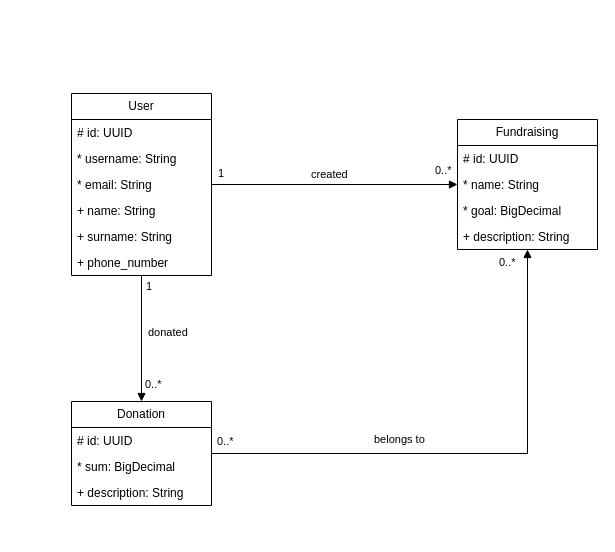
The draw.io diagram docs/fundraising_app_diagram.drawio in ListerStellar/fundraising_app, before the edit. Source tidied: cells renumbered, new cells numbered last; positions are measured from the earlier drawing's top-left corner, leaving out a move shared by most shapes. Both pictures are drawn from the tidied source at 100%, with x=0, y=0 at pixel (71, 93).
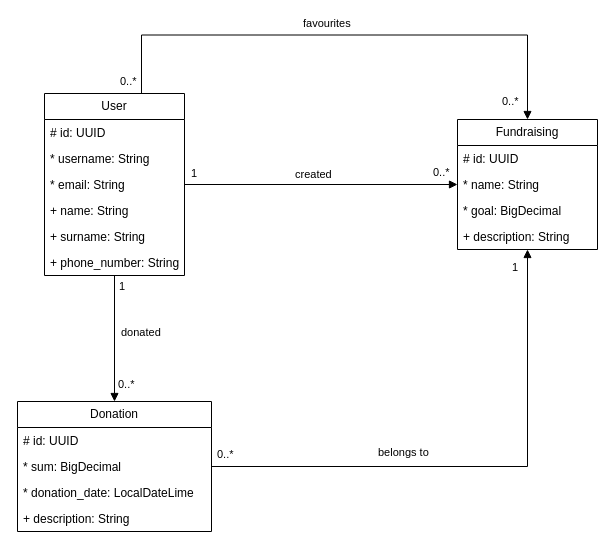
After the change.

The change refers to these unchanged cells:
```xml
<mxCell id="9" value="Fundraising" style="swimlane;fontStyle=0;horizontal=1;startSize=26;fillColor=none;whiteSpace=wrap;html=1;" parent="1" vertex="1">
  <mxGeometry x="386" y="26" width="140" height="130" as="geometry" />
</mxCell>
<mxCell id="21" value="created" style="endArrow=block;endFill=1;html=1;edgeStyle=orthogonalEdgeStyle;align=left;verticalAlign=top;rounded=0;defaultLabelBackgroundColor=gap;exitX=1;exitY=0.5;exitDx=0;exitDy=0;" parent="1" edge="1" source="2" target="9">
  <mxGeometry x="-0.2" y="23" relative="1" as="geometry" />
</mxCell>
<mxCell id="24" value="belongs to" style="endArrow=block;endFill=1;html=1;edgeStyle=orthogonalEdgeStyle;align=left;verticalAlign=top;rounded=0;defaultLabelBackgroundColor=gap;exitX=1;exitY=0.5;exitDx=0;exitDy=0;" parent="1" edge="1" source="14" target="9">
  <mxGeometry x="-0.38" y="27" relative="1" as="geometry" />
</mxCell>
```

What changed in the source:
```diff
@@
     <mxCell id="2" value="User" style="swimlane;fontStyle=0;horizontal=1;startSize=26;fillColor=none;whiteSpace=wrap;html=1;" parent="1" vertex="1">
-      <mxGeometry width="140" height="182" as="geometry" />
+      <mxGeometry x="-27" width="140" height="182" as="geometry" />
     </mxCell>
@@
-    <mxCell id="8" value="+ phone_number" style="text;strokeColor=none;fillColor=none;align=left;verticalAlign=top;spacingLeft=4;spacingRight=4;overflow=hidden;whiteSpace=wrap;html=1;" parent="2" vertex="1">
+    <mxCell id="8" value="+ phone_number: String" style="text;strokeColor=none;fillColor=none;align=left;verticalAlign=top;spacingLeft=4;spacingRight=4;overflow=hidden;whiteSpace=wrap;html=1;" parent="2" vertex="1">
       <mxGeometry y="156" width="140" height="26" as="geometry" />
     </mxCell>
@@
     <mxCell id="14" value="Donation" style="swimlane;fontStyle=0;horizontal=1;startSize=26;fillColor=none;whiteSpace=wrap;html=1;" parent="1" vertex="1">
-      <mxGeometry y="308" width="140" height="104" as="geometry" />
+      <mxGeometry x="-54" y="308" width="194" height="130" as="geometry" />
     </mxCell>
     <mxCell id="15" value="# id: UUID" style="text;strokeColor=none;fillColor=none;align=left;verticalAlign=top;spacingLeft=4;spacingRight=4;overflow=hidden;whiteSpace=wrap;html=1;" parent="14" vertex="1">
-      <mxGeometry y="26" width="140" height="26" as="geometry" />
+      <mxGeometry y="26" width="194" height="26" as="geometry" />
     </mxCell>
     <mxCell id="16" value="* sum: BigDecimal" style="text;strokeColor=none;fillColor=none;align=left;verticalAlign=top;spacingLeft=4;spacingRight=4;overflow=hidden;whiteSpace=wrap;html=1;" parent="14" vertex="1">
-      <mxGeometry y="52" width="140" height="26" as="geometry" />
+      <mxGeometry y="52" width="194" height="26" as="geometry" />
     </mxCell>
-    <mxCell id="17" value="+ description: String" style="text;strokeColor=none;fillColor=none;align=left;verticalAlign=top;spacingLeft=4;spacingRight=4;overflow=hidden;whiteSpace=wrap;html=1;" parent="14" vertex="1">
-      <mxGeometry y="78" width="140" height="26" as="geometry" />
+    <mxCell id="17" value="* donation_date: LocalDateLime" style="text;strokeColor=none;fillColor=none;align=left;verticalAlign=top;spacingLeft=4;spacingRight=4;overflow=hidden;whiteSpace=wrap;html=1;" parent="14" vertex="1">
+      <mxGeometry y="78" width="194" height="26" as="geometry" />
     </mxCell>
+    <mxCell id="27" value="+ description: String" style="text;strokeColor=none;fillColor=none;align=left;verticalAlign=top;spacingLeft=4;spacingRight=4;overflow=hidden;whiteSpace=wrap;html=1;" parent="14" vertex="1">
+      <mxGeometry y="104" width="194" height="26" as="geometry" />
+    </mxCell>
@@
     <mxCell id="23" value="0..*" style="edgeLabel;html=1;align=left;verticalAlign=bottom;defaultLabelBackgroundColor=gap;" parent="21" vertex="1">
       <mxGeometry x="-1" relative="1" as="geometry">
-        <mxPoint x="222" y="-6" as="offset" />
+        <mxPoint x="247" y="-4" as="offset" />
       </mxGeometry>
     </mxCell>
@@
-    <mxCell id="26" value="0..*" style="edgeLabel;html=1;align=left;verticalAlign=bottom;defaultLabelBackgroundColor=gap;" parent="24" vertex="1">
+    <mxCell id="26" value="1" style="edgeLabel;html=1;align=left;verticalAlign=bottom;defaultLabelBackgroundColor=gap;" parent="24" vertex="1">
       <mxGeometry x="-1" relative="1" as="geometry">
-        <mxPoint x="286" y="-183" as="offset" />
+        <mxPoint x="299" y="-191" as="offset" />
       </mxGeometry>
     </mxCell>
+    <mxCell id="28" value="favourites" style="endArrow=block;endFill=1;html=1;edgeStyle=orthogonalEdgeStyle;align=left;verticalAlign=top;rounded=0;defaultLabelBackgroundColor=gap;exitX=0.5;exitY=0;exitDx=0;exitDy=0;entryX=0.5;entryY=0;entryDx=0;entryDy=0;" parent="1" edge="1" source="2" target="9">
+      <mxGeometry x="-0.12" y="25" relative="1" as="geometry">
+        <Array as="points">
+          <mxPoint x="70" y="-58.5" />
+          <mxPoint x="456" y="-58.5" />
+        </Array>
+      </mxGeometry>
+    </mxCell>
+    <mxCell id="29" value="0..*" style="edgeLabel;html=1;align=left;verticalAlign=bottom;defaultLabelBackgroundColor=gap;" parent="28" vertex="1">
+      <mxGeometry x="-1" relative="1" as="geometry">
+        <mxPoint x="4" y="-4" as="offset" />
+      </mxGeometry>
+    </mxCell>
+    <mxCell id="30" value="0..*" style="edgeLabel;html=1;align=left;verticalAlign=bottom;defaultLabelBackgroundColor=gap;" parent="28" vertex="1">
+      <mxGeometry x="-1" relative="1" as="geometry">
+        <mxPoint x="386" y="16" as="offset" />
+      </mxGeometry>
+    </mxCell>
```
